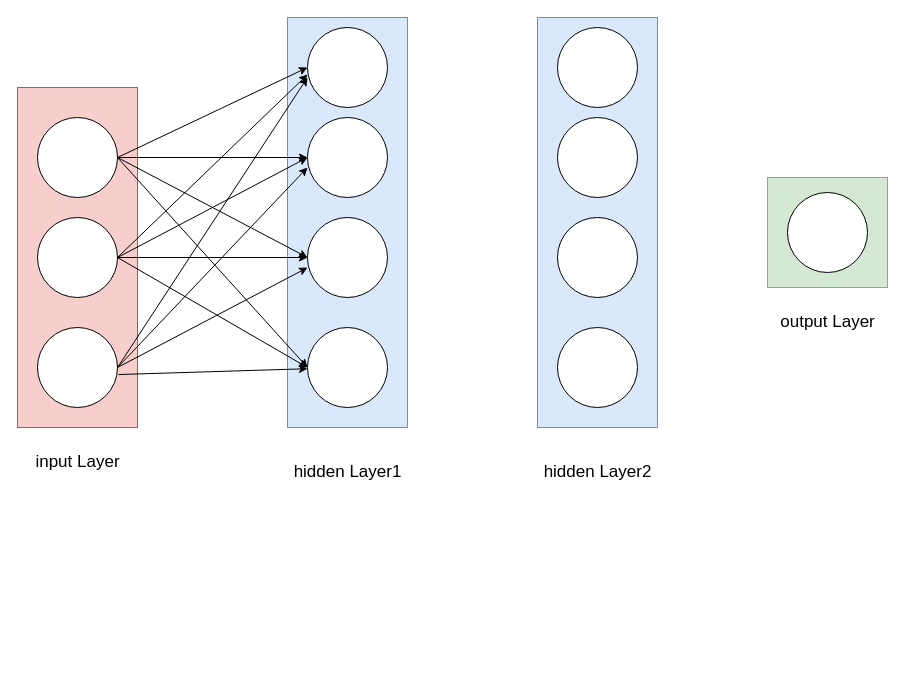
Above: chapter01/未命名绘图.drawio in sweet-oranges/picture (draw.io), before the change. Source tidied: cells renumbered, new cells numbered last; positions are measured from the earlier drawing's top-left corner, leaving out a move shared by most shapes. Both pictures are drawn from the tidied source at 100%, with x=0, y=0 at pixel (17, 17).
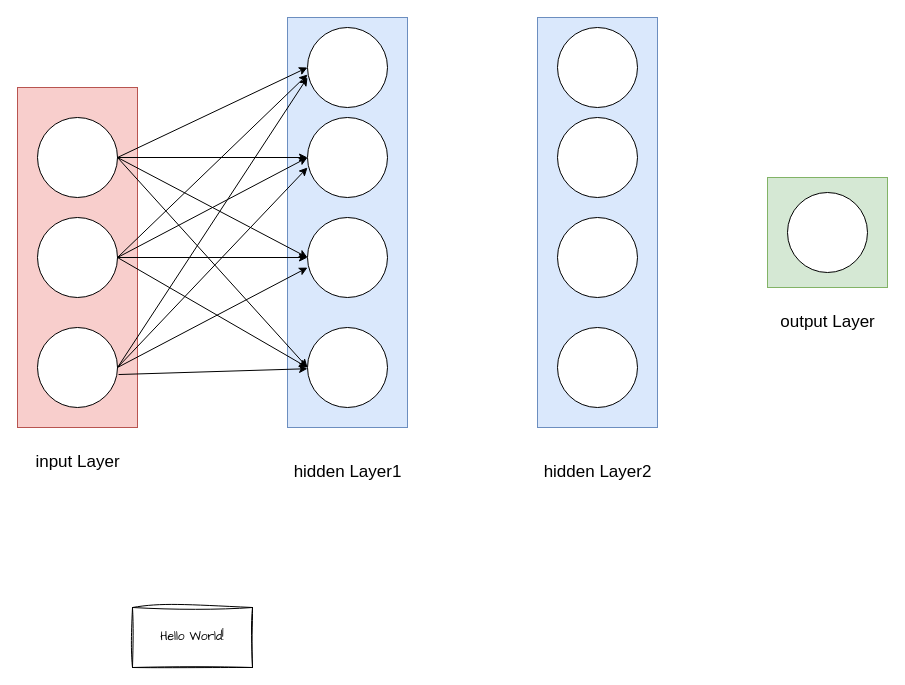
Above is the later version.

Commit message:
更新未命名绘图.drawio

The edit, as a diff of the source:
```diff
@@
+    <mxCell id="34" value="Hello World!" style="rounded=0;whiteSpace=wrap;html=1;shadow=0;glass=0;fontFamily=Comic Sans MS;labelBackgroundColor=none;disableMultiStroke=0;disableMultiStrokeFill=0;enumerate=0;fixedWidth=0;sketch=1;curveFitting=1;jiggle=2;" parent="1" vertex="1">
+      <mxGeometry x="115" y="590" width="120" height="60" as="geometry" />
+    </mxCell>
```
